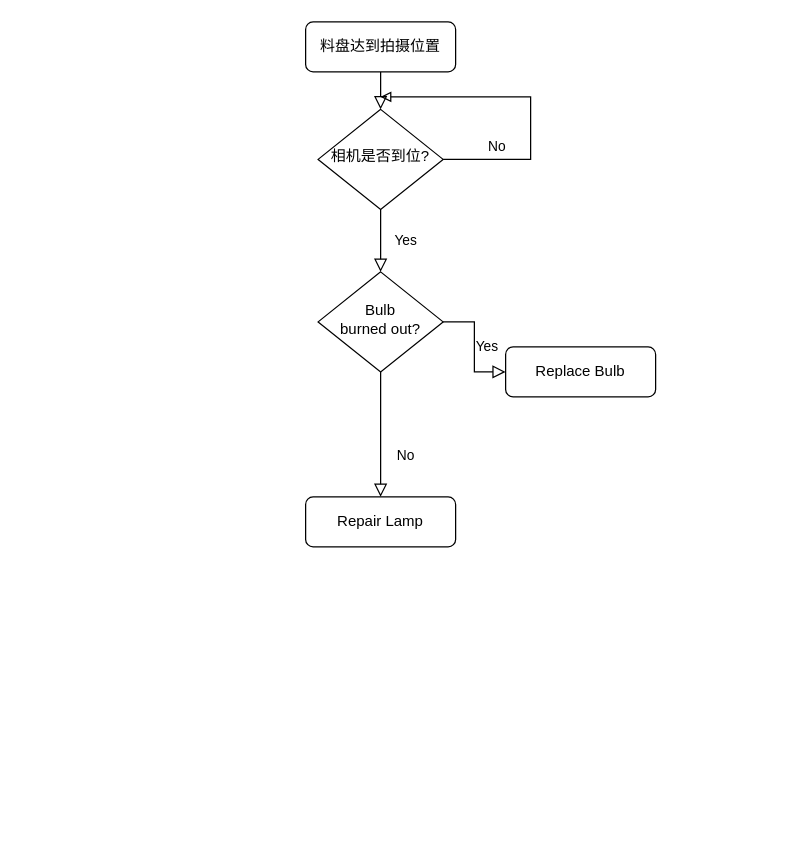
Before: Untitled Diagram.drawio in lb9726/Qt_Practice, a draw.io diagram. Source tidied: cells renumbered, new cells numbered last; positions are measured from the earlier drawing's top-left corner, leaving out a move shared by most shapes. Both pictures are drawn from the tidied source at 125%, with x=0, y=0 at pixel (305, 21).
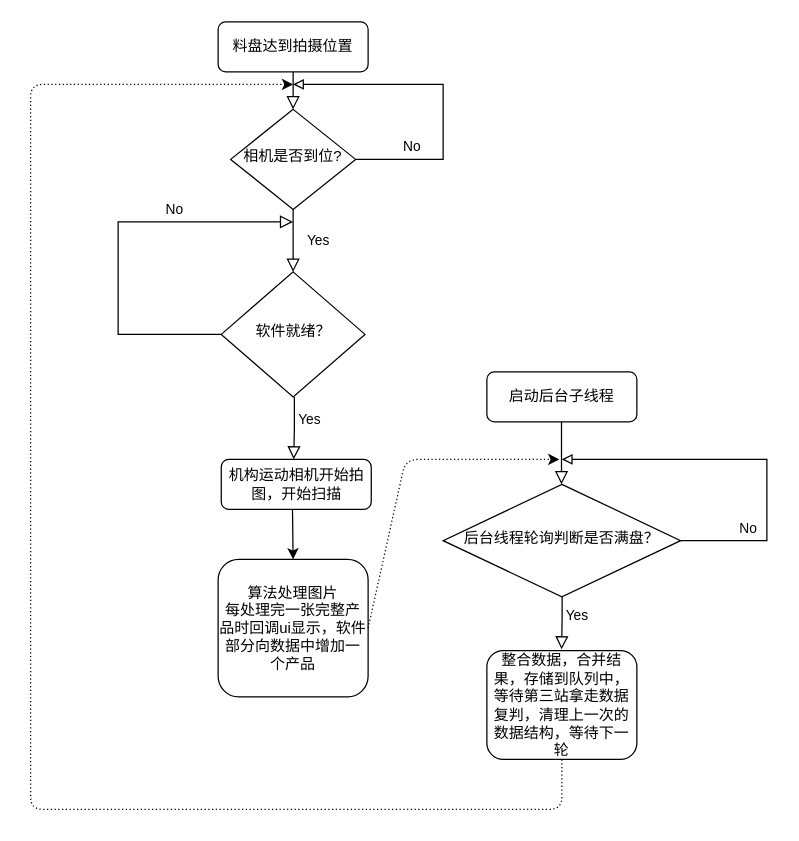
Above is the later version.

The edit, as a diff of the source:
```diff
@@
     <mxCell id="3" value="料盘达到拍摄位置" style="rounded=1;whiteSpace=wrap;html=1;fontSize=12;glass=0;strokeWidth=1;shadow=0;" parent="1" vertex="1">
-      <mxGeometry width="120" height="40" as="geometry" />
+      <mxGeometry x="-70" width="120" height="40" as="geometry" />
     </mxCell>
@@
     <mxCell id="5" value="No" style="edgeStyle=orthogonalEdgeStyle;rounded=0;html=1;jettySize=auto;fontSize=11;endArrow=block;endFill=0;strokeWidth=1;shadow=0;labelBackgroundColor=none;" parent="1" edge="1" source="6">
       <mxGeometry x="-0.64" y="10" relative="1" as="geometry">
-        <mxPoint x="60" y="60" as="targetPoint" />
+        <mxPoint x="-10" y="50" as="targetPoint" />
         <Array as="points">
-          <mxPoint x="180" y="110" />
-          <mxPoint x="180" y="60" />
+          <mxPoint x="110" y="110" />
+          <mxPoint x="110" y="50" />
         </Array>
       </mxGeometry>
     </mxCell>
     <mxCell id="6" value="相机是否到位?" style="rhombus;whiteSpace=wrap;html=1;shadow=0;fontFamily=Helvetica;fontSize=12;align=center;strokeWidth=1;spacing=6;spacingTop=-4;" parent="1" vertex="1">
-      <mxGeometry x="10" y="70" width="100" height="80" as="geometry" />
+      <mxGeometry x="-60" y="70" width="100" height="80" as="geometry" />
     </mxCell>
-    <mxCell id="7" value="No" style="rounded=0;html=1;jettySize=auto;fontSize=11;endArrow=block;endFill=0;endSize=8;strokeWidth=1;shadow=0;labelBackgroundColor=none;edgeStyle=orthogonalEdgeStyle;" parent="1" edge="1" source="9" target="10">
-      <mxGeometry x="0.33" y="20" relative="1" as="geometry" />
+    <mxCell id="7" value="No" style="rounded=0;html=1;jettySize=auto;fontSize=11;endArrow=block;endFill=0;endSize=8;strokeWidth=1;shadow=0;labelBackgroundColor=none;edgeStyle=orthogonalEdgeStyle;exitX=0;exitY=0.5;exitDx=0;exitDy=0;" parent="1" edge="1" source="9">
+      <mxGeometry x="0.39" y="10" relative="1" as="geometry">
+        <mxPoint x="-10" y="160" as="targetPoint" />
+        <Array as="points">
+          <mxPoint x="-150" y="250" />
+        </Array>
+      </mxGeometry>
     </mxCell>
-    <mxCell id="8" value="Yes" style="edgeStyle=orthogonalEdgeStyle;rounded=0;html=1;jettySize=auto;fontSize=11;endArrow=block;endFill=0;endSize=8;strokeWidth=1;shadow=0;labelBackgroundColor=none;" parent="1" edge="1" source="9" target="11">
-      <mxGeometry y="10" relative="1" as="geometry" />
+    <mxCell id="8" value="Yes" style="edgeStyle=orthogonalEdgeStyle;rounded=0;html=1;jettySize=auto;orthogonalLoop=1;fontSize=11;endArrow=block;endFill=0;endSize=8;strokeWidth=1;shadow=0;labelBackgroundColor=none;entryX=0.5;entryY=0;entryDx=0;entryDy=0;exitX=0.5;exitY=1;exitDx=0;exitDy=0;" parent="1" edge="1">
+      <mxGeometry x="-0.32" y="12" relative="1" as="geometry">
+        <mxPoint x="-9" y="300" as="sourcePoint" />
+        <mxPoint x="-9.5" y="350" as="targetPoint" />
+        <Array as="points">
+          <mxPoint x="-9" y="325" />
+        </Array>
+        <mxPoint y="1" as="offset" />
+      </mxGeometry>
     </mxCell>
-    <mxCell id="9" value="Bulb&lt;br&gt;burned out?" style="rhombus;whiteSpace=wrap;html=1;shadow=0;fontFamily=Helvetica;fontSize=12;align=center;strokeWidth=1;spacing=6;spacingTop=-4;" parent="1" vertex="1">
-      <mxGeometry x="10" y="200" width="100" height="80" as="geometry" />
+    <mxCell id="9" value="软件就绪？" style="rhombus;whiteSpace=wrap;html=1;shadow=0;fontFamily=Helvetica;fontSize=12;align=center;strokeWidth=1;spacing=6;spacingTop=-4;" parent="1" vertex="1">
+      <mxGeometry x="-67.5" y="200" width="115" height="100" as="geometry" />
     </mxCell>
-    <mxCell id="10" value="Repair Lamp" style="rounded=1;whiteSpace=wrap;html=1;fontSize=12;glass=0;strokeWidth=1;shadow=0;" parent="1" vertex="1">
-      <mxGeometry y="380" width="120" height="40" as="geometry" />
-    </mxCell>
-    <mxCell id="11" value="Replace Bulb" style="rounded=1;whiteSpace=wrap;html=1;fontSize=12;glass=0;strokeWidth=1;shadow=0;" parent="1" vertex="1">
-      <mxGeometry x="160" y="260" width="120" height="40" as="geometry" />
+    <mxCell id="11" value="机构运动相机开始拍图，开始扫描" style="rounded=1;whiteSpace=wrap;html=1;fontSize=12;glass=0;strokeWidth=1;shadow=0;" parent="1" vertex="1">
+      <mxGeometry x="-67.5" y="350" width="120" height="40" as="geometry" />
     </mxCell>
+    <mxCell id="12" style="edgeStyle=none;orthogonalLoop=1;jettySize=auto;html=1;exitX=0;exitY=0;exitDx=0;exitDy=0;" parent="1" edge="1" source="9" target="9">
+      <mxGeometry relative="1" as="geometry" />
+    </mxCell>
+    <mxCell id="13" style="edgeStyle=none;orthogonalLoop=1;jettySize=auto;html=1;exitX=0.5;exitY=1;exitDx=0;exitDy=0;" parent="1" edge="1" source="9" target="9">
+      <mxGeometry relative="1" as="geometry" />
+    </mxCell>
+    <mxCell id="14" style="endArrow=classic;html=1;exitX=0.5;exitY=1;exitDx=0;exitDy=0;" parent="1" edge="1">
+      <mxGeometry relative="1" as="geometry">
+        <mxPoint x="-10.5" y="390" as="sourcePoint" />
+        <mxPoint x="-10" y="430" as="targetPoint" />
+      </mxGeometry>
+    </mxCell>
+    <mxCell id="15" value="算法处理图片&lt;br&gt;每处理完一张完整产品时回调ui显示，软件部分向数据中增加一个产品" style="rounded=1;whiteSpace=wrap;html=1;fontSize=12;glass=0;strokeWidth=1;shadow=0;" parent="1" vertex="1">
+      <mxGeometry x="-70" y="430" width="120" height="110" as="geometry" />
+    </mxCell>
+    <mxCell id="16" value="后台线程轮询判断是否满盘？" style="rhombus;whiteSpace=wrap;html=1;shadow=0;fontFamily=Helvetica;fontSize=12;align=center;strokeWidth=1;spacing=6;spacingTop=-4;" parent="1" vertex="1">
+      <mxGeometry x="110" y="370" width="190" height="90" as="geometry" />
+    </mxCell>
+    <mxCell id="17" value="启动后台子线程" style="rounded=1;whiteSpace=wrap;html=1;fontSize=12;glass=0;strokeWidth=1;shadow=0;" parent="1" vertex="1">
+      <mxGeometry x="145" y="280" width="120" height="40" as="geometry" />
+    </mxCell>
+    <mxCell id="18" style="rounded=0;html=1;jettySize=auto;orthogonalLoop=1;fontSize=11;endArrow=block;endFill=0;endSize=8;strokeWidth=1;shadow=0;labelBackgroundColor=none;edgeStyle=orthogonalEdgeStyle;" parent="1" edge="1">
+      <mxGeometry relative="1" as="geometry">
+        <mxPoint x="204.7" y="320" as="sourcePoint" />
+        <mxPoint x="204.7" y="370" as="targetPoint" />
+        <Array as="points">
+          <mxPoint x="205.2" y="340" />
+          <mxPoint x="205.2" y="340" />
+        </Array>
+      </mxGeometry>
+    </mxCell>
+    <mxCell id="19" style="edgeStyle=none;orthogonalLoop=1;jettySize=auto;html=1;exitX=0.5;exitY=1;exitDx=0;exitDy=0;" parent="1" edge="1" source="17" target="17">
+      <mxGeometry relative="1" as="geometry" />
+    </mxCell>
+    <mxCell id="20" value="Yes" style="edgeStyle=orthogonalEdgeStyle;rounded=0;html=1;jettySize=auto;orthogonalLoop=1;fontSize=11;endArrow=block;endFill=0;endSize=8;strokeWidth=1;shadow=0;labelBackgroundColor=none;entryX=0.5;entryY=0;entryDx=0;entryDy=0;" parent="1" edge="1">
+      <mxGeometry x="-0.32" y="12" relative="1" as="geometry">
+        <mxPoint x="205.2" y="460" as="sourcePoint" />
+        <mxPoint x="204.8" y="502" as="targetPoint" />
+        <Array as="points">
+          <mxPoint x="205.2" y="477" />
+        </Array>
+        <mxPoint y="1" as="offset" />
+      </mxGeometry>
+    </mxCell>
+    <mxCell id="21" value="No" style="edgeStyle=orthogonalEdgeStyle;rounded=0;html=1;jettySize=auto;fontSize=11;endArrow=block;endFill=0;strokeWidth=1;shadow=0;labelBackgroundColor=none;exitX=1;exitY=0.5;exitDx=0;exitDy=0;" parent="1" edge="1" source="16">
+      <mxGeometry x="-0.64" y="10" relative="1" as="geometry">
+        <mxPoint x="205" y="350" as="targetPoint" />
+        <Array as="points">
+          <mxPoint x="369" y="415" />
+          <mxPoint x="369" y="350" />
+        </Array>
+      </mxGeometry>
+    </mxCell>
+    <mxCell id="22" value="整合数据，合并结果，存储到队列中，等待第三站拿走数据复判，清理上一次的数据结构，等待下一轮" style="rounded=1;whiteSpace=wrap;html=1;fontSize=12;glass=0;strokeWidth=1;shadow=0;" parent="1" vertex="1">
+      <mxGeometry x="145" y="503" width="120" height="87" as="geometry" />
+    </mxCell>
+    <mxCell id="23" style="endArrow=classic;html=1;dashed=1;dashPattern=1 2;exitX=1;exitY=0.5;exitDx=0;exitDy=0;" parent="1" edge="1" source="15">
+      <mxGeometry relative="1" as="geometry">
+        <mxPoint x="203" y="350" as="targetPoint" />
+        <Array as="points">
+          <mxPoint x="80" y="350" />
+        </Array>
+      </mxGeometry>
+    </mxCell>
+    <mxCell id="24" style="endArrow=classic;html=1;dashed=1;dashPattern=1 2;" parent="1" edge="1" source="22">
+      <mxGeometry relative="1" as="geometry">
+        <mxPoint x="-10" y="50" as="targetPoint" />
+        <Array as="points">
+          <mxPoint x="205" y="630" />
+          <mxPoint x="-220" y="630" />
+          <mxPoint x="-220" y="547" />
+          <mxPoint x="-220" y="50" />
+        </Array>
+      </mxGeometry>
+    </mxCell>
```
